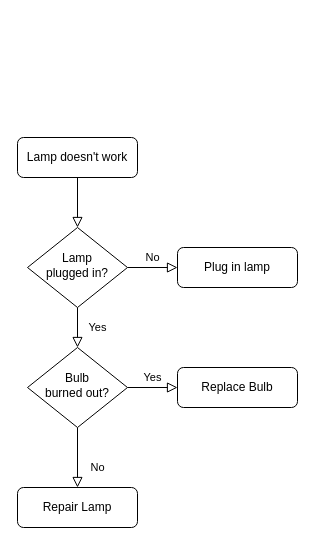
The draw.io diagram Aliados/Untitled Diagram.drawio in memoide/diagramas, before the edit. Source tidied: cells renumbered, new cells numbered last; positions are measured from the earlier drawing's top-left corner, leaving out a move shared by most shapes. Both pictures are drawn from the tidied source at 100%, with x=0, y=0 at pixel (17, 137).
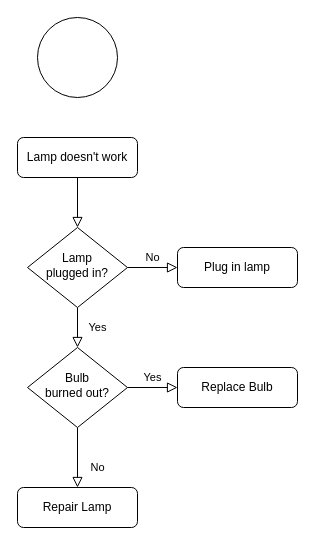
Above is the later version.

The edit, as a diff of the source:
```diff
@@
 <mxGraphModel>
   <root>
     <mxCell id="0" />
     <mxCell id="1" parent="0" />
     <mxCell id="2" style="rounded=0;html=1;jettySize=auto;fontSize=11;endArrow=block;endFill=0;endSize=8;strokeWidth=1;shadow=0;labelBackgroundColor=none;edgeStyle=orthogonalEdgeStyle;" parent="1" edge="1" source="3" target="6">
       <mxGeometry relative="1" as="geometry" />
     </mxCell>
     <mxCell id="3" value="Lamp doesn't work" style="rounded=1;whiteSpace=wrap;html=1;fontSize=12;glass=0;strokeWidth=1;shadow=0;" parent="1" vertex="1">
       <mxGeometry width="120" height="40" as="geometry" />
     </mxCell>
     <mxCell id="4" value="Yes" style="rounded=0;html=1;jettySize=auto;fontSize=11;endArrow=block;endFill=0;endSize=8;strokeWidth=1;shadow=0;labelBackgroundColor=none;edgeStyle=orthogonalEdgeStyle;" parent="1" edge="1" source="6" target="10">
       <mxGeometry y="20" relative="1" as="geometry" />
     </mxCell>
     <mxCell id="5" value="No" style="edgeStyle=orthogonalEdgeStyle;rounded=0;html=1;jettySize=auto;fontSize=11;endArrow=block;endFill=0;endSize=8;strokeWidth=1;shadow=0;labelBackgroundColor=none;" parent="1" edge="1" source="6" target="7">
       <mxGeometry y="10" relative="1" as="geometry" />
     </mxCell>
     <mxCell id="6" value="Lamp&lt;br&gt;plugged in?" style="rhombus;whiteSpace=wrap;html=1;shadow=0;fontFamily=Helvetica;fontSize=12;align=center;strokeWidth=1;spacing=6;spacingTop=-4;" parent="1" vertex="1">
       <mxGeometry x="10" y="90" width="100" height="80" as="geometry" />
     </mxCell>
     <mxCell id="7" value="Plug in lamp" style="rounded=1;whiteSpace=wrap;html=1;fontSize=12;glass=0;strokeWidth=1;shadow=0;" parent="1" vertex="1">
       <mxGeometry x="160" y="110" width="120" height="40" as="geometry" />
     </mxCell>
     <mxCell id="8" value="No" style="rounded=0;html=1;jettySize=auto;fontSize=11;endArrow=block;endFill=0;endSize=8;strokeWidth=1;shadow=0;labelBackgroundColor=none;edgeStyle=orthogonalEdgeStyle;" parent="1" edge="1" source="10" target="11">
       <mxGeometry x="0.33" y="20" relative="1" as="geometry" />
     </mxCell>
     <mxCell id="9" value="Yes" style="edgeStyle=orthogonalEdgeStyle;rounded=0;html=1;jettySize=auto;fontSize=11;endArrow=block;endFill=0;endSize=8;strokeWidth=1;shadow=0;labelBackgroundColor=none;" parent="1" edge="1" source="10" target="12">
       <mxGeometry y="10" relative="1" as="geometry" />
     </mxCell>
     <mxCell id="10" value="Bulb&lt;br&gt;burned out?" style="rhombus;whiteSpace=wrap;html=1;shadow=0;fontFamily=Helvetica;fontSize=12;align=center;strokeWidth=1;spacing=6;spacingTop=-4;" parent="1" vertex="1">
       <mxGeometry x="10" y="210" width="100" height="80" as="geometry" />
     </mxCell>
     <mxCell id="11" value="Repair Lamp" style="rounded=1;whiteSpace=wrap;html=1;fontSize=12;glass=0;strokeWidth=1;shadow=0;" parent="1" vertex="1">
       <mxGeometry y="350" width="120" height="40" as="geometry" />
     </mxCell>
     <mxCell id="12" value="Replace Bulb" style="rounded=1;whiteSpace=wrap;html=1;fontSize=12;glass=0;strokeWidth=1;shadow=0;" parent="1" vertex="1">
       <mxGeometry x="160" y="230" width="120" height="40" as="geometry" />
     </mxCell>
+    <mxCell id="13" style="ellipse;whiteSpace=wrap;html=1;" parent="1" vertex="1">
+      <mxGeometry x="20" y="-120" width="80" height="80" as="geometry" />
+    </mxCell>
   </root>
 </mxGraphModel>
```
